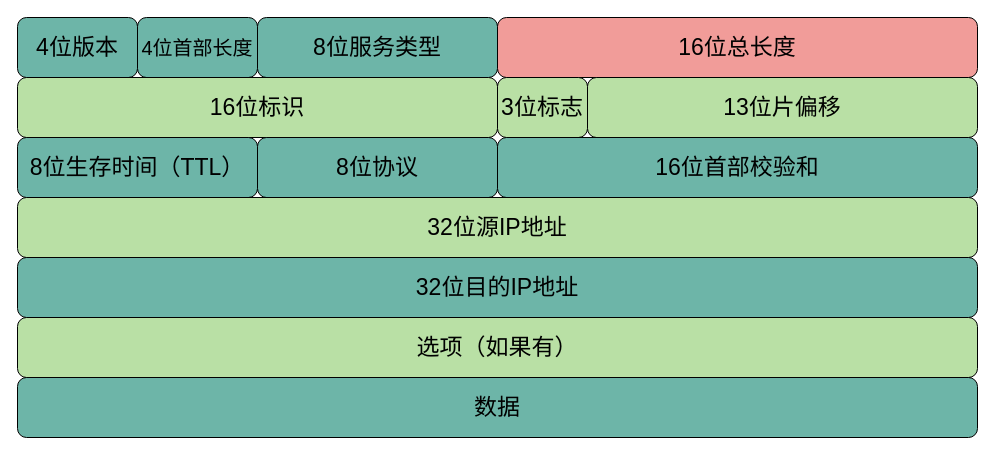
The draw.io diagram network/udp报头.drawio in xiaobaiTech/image, before the edit. Source tidied: cells renumbered, new cells numbered last; positions are measured from the earlier drawing's top-left corner, leaving out a move shared by most shapes. Both pictures are drawn from the tidied source at 100%, with x=0, y=0 at pixel (17, 17).
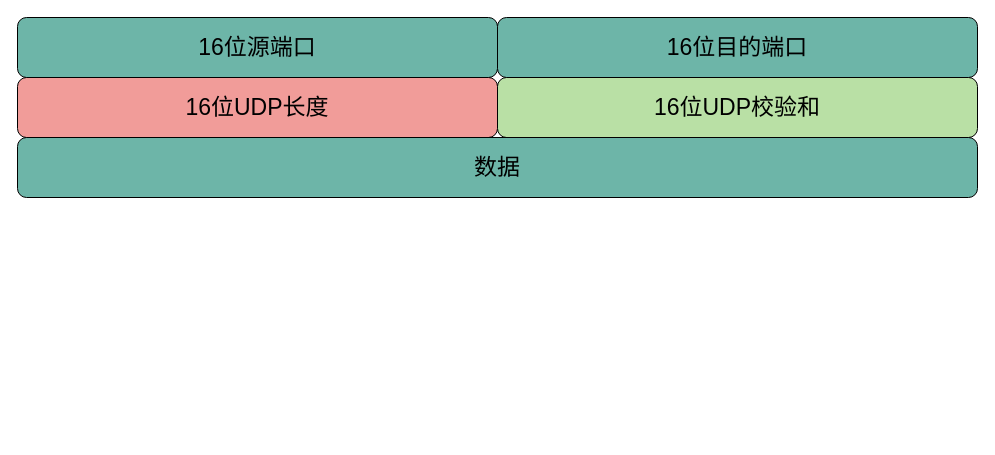
The same diagram, later.

Change to the diagram source:
```diff
@@
 <mxGraphModel>
   <root>
     <mxCell id="0" />
     <mxCell id="1" parent="0" />
-    <mxCell id="2" value="&lt;font style=&quot;font-size: 23px;&quot;&gt;4位版本&lt;/font&gt;" style="rounded=1;whiteSpace=wrap;html=1;fontSize=23;fillColor=#6DB5A8;" parent="1" vertex="1">
-      <mxGeometry width="120" height="60" as="geometry" />
-    </mxCell>
-    <mxCell id="3" value="&lt;font style=&quot;font-size: 20px&quot;&gt;4位首部长度&lt;/font&gt;" style="rounded=1;whiteSpace=wrap;html=1;fontSize=23;fillColor=#6DB5A8;" parent="1" vertex="1">
-      <mxGeometry x="120" width="120" height="60" as="geometry" />
-    </mxCell>
-    <mxCell id="4" value="&lt;font style=&quot;font-size: 23px;&quot;&gt;8位服务类型&lt;/font&gt;" style="rounded=1;whiteSpace=wrap;html=1;fontSize=23;fillColor=#6DB5A8;" parent="1" vertex="1">
-      <mxGeometry x="240" width="240" height="60" as="geometry" />
+    <mxCell id="4" value="&lt;font style=&quot;font-size: 23px&quot;&gt;16位源端口&lt;/font&gt;" style="rounded=1;whiteSpace=wrap;html=1;fontSize=23;fillColor=#6DB5A8;" parent="1" vertex="1">
+      <mxGeometry width="480" height="60" as="geometry" />
     </mxCell>
-    <mxCell id="5" value="&lt;font style=&quot;font-size: 23px;&quot;&gt;16位总长度&lt;/font&gt;" style="rounded=1;whiteSpace=wrap;html=1;fillColor=#F19C99;fontSize=23;" parent="1" vertex="1">
+    <mxCell id="5" value="&lt;font style=&quot;font-size: 23px&quot;&gt;16位目的端口&lt;/font&gt;" style="rounded=1;whiteSpace=wrap;html=1;fontSize=23;fillColor=#6DB5A8;" parent="1" vertex="1">
       <mxGeometry x="480" width="480" height="60" as="geometry" />
     </mxCell>
-    <mxCell id="6" value="&lt;font style=&quot;font-size: 23px;&quot;&gt;16位标识&lt;/font&gt;" style="rounded=1;whiteSpace=wrap;html=1;fontSize=23;fillColor=#B9E0A5;" parent="1" vertex="1">
+    <mxCell id="6" value="&lt;font style=&quot;font-size: 23px&quot;&gt;16位UDP长度&lt;/font&gt;" style="rounded=1;whiteSpace=wrap;html=1;fontSize=23;fillColor=#F19C99;" parent="1" vertex="1">
       <mxGeometry y="60" width="480" height="60" as="geometry" />
     </mxCell>
-    <mxCell id="7" value="&lt;font style=&quot;font-size: 23px;&quot;&gt;13位片偏移&lt;/font&gt;" style="rounded=1;whiteSpace=wrap;html=1;fontSize=23;fillColor=#B9E0A5;" parent="1" vertex="1">
-      <mxGeometry x="570" y="60" width="390" height="60" as="geometry" />
+    <mxCell id="7" value="&lt;font style=&quot;font-size: 23px&quot;&gt;16位UDP校验和&lt;/font&gt;" style="rounded=1;whiteSpace=wrap;html=1;fontSize=23;fillColor=#B9E0A5;" parent="1" vertex="1">
+      <mxGeometry x="480" y="60" width="480" height="60" as="geometry" />
     </mxCell>
-    <mxCell id="8" value="&lt;font style=&quot;font-size: 23px;&quot;&gt;3位标志&lt;/font&gt;" style="rounded=1;whiteSpace=wrap;html=1;fontSize=23;fillColor=#B9E0A5;" parent="1" vertex="1">
-      <mxGeometry x="480" y="60" width="90" height="60" as="geometry" />
-    </mxCell>
-    <mxCell id="9" value="&lt;font style=&quot;font-size: 23px;&quot;&gt;8位生存时间（TTL）&lt;/font&gt;" style="rounded=1;whiteSpace=wrap;html=1;fontSize=23;fillColor=#6DB5A8;" parent="1" vertex="1">
-      <mxGeometry y="120" width="240" height="60" as="geometry" />
-    </mxCell>
-    <mxCell id="10" value="&lt;font style=&quot;font-size: 23px;&quot;&gt;8位协议&lt;/font&gt;" style="rounded=1;whiteSpace=wrap;html=1;fontSize=23;fillColor=#6DB5A8;" parent="1" vertex="1">
-      <mxGeometry x="240" y="120" width="240" height="60" as="geometry" />
-    </mxCell>
-    <mxCell id="11" value="&lt;font style=&quot;font-size: 23px;&quot;&gt;16位首部校验和&lt;/font&gt;" style="rounded=1;whiteSpace=wrap;html=1;fontSize=23;fillColor=#6DB5A8;" parent="1" vertex="1">
-      <mxGeometry x="480" y="120" width="480" height="60" as="geometry" />
-    </mxCell>
-    <mxCell id="12" value="&lt;font style=&quot;font-size: 23px;&quot;&gt;32位源IP地址&lt;/font&gt;" style="rounded=1;whiteSpace=wrap;html=1;fontSize=23;fillColor=#B9E0A5;" parent="1" vertex="1">
-      <mxGeometry y="180" width="960" height="60" as="geometry" />
-    </mxCell>
-    <mxCell id="13" value="&lt;font style=&quot;font-size: 23px;&quot;&gt;32位目的IP地址&lt;/font&gt;" style="rounded=1;whiteSpace=wrap;html=1;fontSize=23;fillColor=#6DB5A8;" parent="1" vertex="1">
-      <mxGeometry y="240" width="960" height="60" as="geometry" />
-    </mxCell>
-    <mxCell id="14" value="&lt;font style=&quot;font-size: 23px;&quot;&gt;选项（如果有）&lt;/font&gt;" style="rounded=1;whiteSpace=wrap;html=1;fontSize=23;fillColor=#B9E0A5;" parent="1" vertex="1">
-      <mxGeometry y="300" width="960" height="60" as="geometry" />
-    </mxCell>
     <mxCell id="15" value="&lt;font style=&quot;font-size: 23px;&quot;&gt;数据&lt;/font&gt;" style="rounded=1;whiteSpace=wrap;html=1;fontSize=23;fillColor=#6DB5A8;" parent="1" vertex="1">
-      <mxGeometry y="360" width="960" height="60" as="geometry" />
+      <mxGeometry y="120" width="960" height="60" as="geometry" />
     </mxCell>
   </root>
 </mxGraphModel>
```
